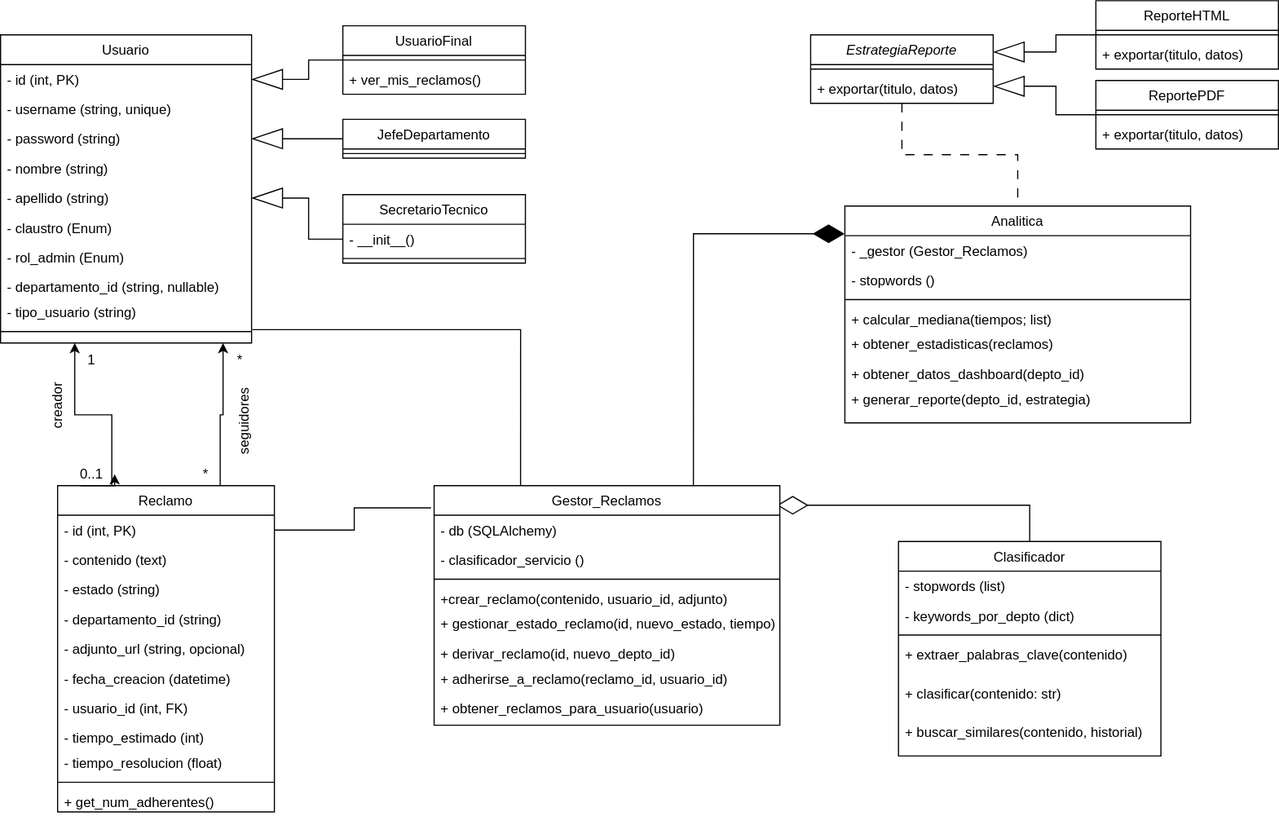
The draw.io diagram docs/UML_TP3.drawio.svg in DinoMondino/Programacion_Avanzada_Final, before a commit. Source tidied: cells renumbered, new cells last; positions are measured from the earlier drawing's top-left corner, leaving out a move shared by most shapes.
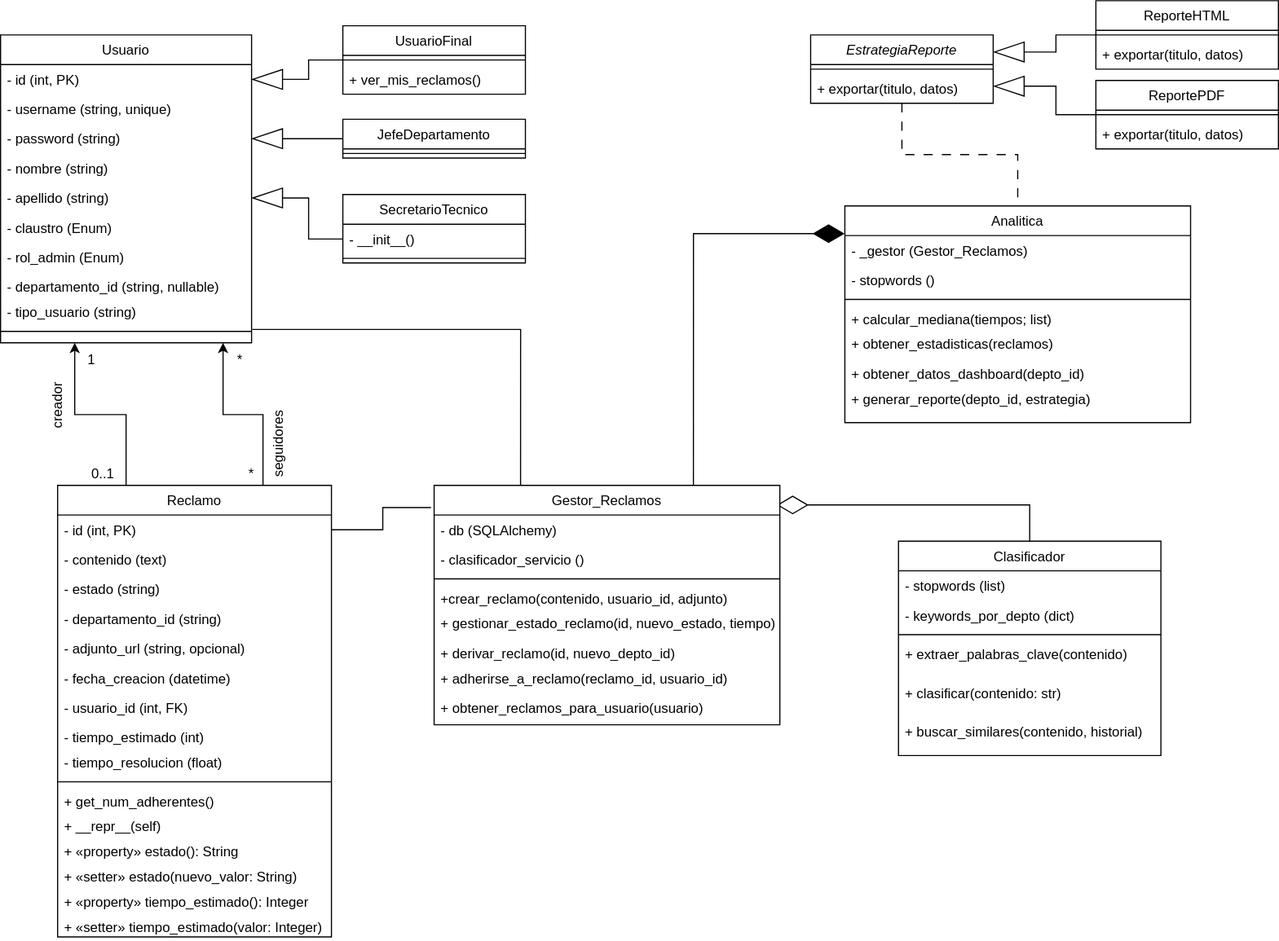
The same file after the commit.

Commit message:
uml property

Diff of the diagram source:
```diff
@@ -79,52 +79,67 @@
       </mxGeometry>
     </mxCell>
     <mxCell id="26" value="Reclamo" style="swimlane;fontStyle=0;align=center;verticalAlign=top;horizontal=1;startSize=26;rounded=0;shadow=0;strokeWidth=1;" parent="1" vertex="1">
-      <mxGeometry x="50" y="425" width="190" height="286" as="geometry" />
+      <mxGeometry x="50" y="425" width="240" height="396" as="geometry" />
     </mxCell>
     <mxCell id="27" value="- id (int, PK)" style="text;align=left;verticalAlign=top;spacingLeft=4;spacingRight=4;overflow=hidden;points=[[0,0.5],[1,0.5]];portConstraint=eastwest;" parent="26" vertex="1">
-      <mxGeometry y="26" width="190" height="26" as="geometry" />
+      <mxGeometry y="26" width="240" height="26" as="geometry" />
     </mxCell>
     <mxCell id="28" value="- contenido (text) " style="text;align=left;verticalAlign=top;spacingLeft=4;spacingRight=4;overflow=hidden;rounded=0;shadow=0;html=0;" parent="26" vertex="1">
-      <mxGeometry y="52" width="190" height="26" as="geometry" />
+      <mxGeometry y="52" width="240" height="26" as="geometry" />
     </mxCell>
     <mxCell id="29" value="- estado (string) " style="text;align=left;verticalAlign=top;spacingLeft=4;spacingRight=4;overflow=hidden;rounded=0;shadow=0;html=0;" parent="26" vertex="1">
-      <mxGeometry y="78" width="190" height="26" as="geometry" />
+      <mxGeometry y="78" width="240" height="26" as="geometry" />
     </mxCell>
     <mxCell id="30" value="- departamento_id (string) " style="text;align=left;verticalAlign=top;spacingLeft=4;spacingRight=4;overflow=hidden;rounded=0;shadow=0;html=0;" parent="26" vertex="1">
-      <mxGeometry y="104" width="190" height="26" as="geometry" />
+      <mxGeometry y="104" width="240" height="26" as="geometry" />
     </mxCell>
     <mxCell id="31" value="- adjunto_url (string, opcional)" style="text;align=left;verticalAlign=top;spacingLeft=4;spacingRight=4;overflow=hidden;rounded=0;shadow=0;html=0;" parent="26" vertex="1">
-      <mxGeometry y="130" width="190" height="26" as="geometry" />
+      <mxGeometry y="130" width="240" height="26" as="geometry" />
     </mxCell>
     <mxCell id="32" value="- fecha_creacion (datetime) " style="text;align=left;verticalAlign=top;spacingLeft=4;spacingRight=4;overflow=hidden;rounded=0;shadow=0;html=0;" parent="26" vertex="1">
-      <mxGeometry y="156" width="190" height="26" as="geometry" />
+      <mxGeometry y="156" width="240" height="26" as="geometry" />
     </mxCell>
     <mxCell id="33" value="- usuario_id (int, FK) " style="text;align=left;verticalAlign=top;spacingLeft=4;spacingRight=4;overflow=hidden;rounded=0;shadow=0;html=0;" parent="26" vertex="1">
-      <mxGeometry y="182" width="190" height="26" as="geometry" />
+      <mxGeometry y="182" width="240" height="26" as="geometry" />
     </mxCell>
     <mxCell id="34" value="- tiempo_estimado (int) " style="text;align=left;verticalAlign=top;spacingLeft=4;spacingRight=4;overflow=hidden;rounded=0;shadow=0;html=0;" parent="26" vertex="1">
-      <mxGeometry y="208" width="190" height="22" as="geometry" />
+      <mxGeometry y="208" width="240" height="22" as="geometry" />
     </mxCell>
     <mxCell id="35" value="- tiempo_resolucion (float)" style="text;align=left;verticalAlign=top;spacingLeft=4;spacingRight=4;overflow=hidden;rounded=0;shadow=0;html=0;" parent="26" vertex="1">
-      <mxGeometry y="230" width="190" height="26" as="geometry" />
+      <mxGeometry y="230" width="240" height="26" as="geometry" />
     </mxCell>
     <mxCell id="36" style="line;html=1;strokeWidth=1;align=left;verticalAlign=middle;spacingTop=-1;spacingLeft=3;spacingRight=3;labelPosition=right;" parent="26" vertex="1">
-      <mxGeometry y="256" width="190" height="8" as="geometry" />
+      <mxGeometry y="256" width="240" height="8" as="geometry" />
     </mxCell>
     <mxCell id="37" value="+ get_num_adherentes()" style="text;align=left;verticalAlign=top;spacingLeft=4;spacingRight=4;overflow=hidden;rounded=0;shadow=0;html=0;" parent="26" vertex="1">
-      <mxGeometry y="264" width="190" height="22" as="geometry" />
+      <mxGeometry y="264" width="240" height="22" as="geometry" />
     </mxCell>
+    <mxCell id="85" value="+ __repr__(self)" style="text;align=left;verticalAlign=top;spacingLeft=4;spacingRight=4;overflow=hidden;rounded=0;shadow=0;html=0;" parent="26" vertex="1">
+      <mxGeometry y="286" width="240" height="22" as="geometry" />
+    </mxCell>
+    <mxCell id="86" value="+ «property» estado(): String" style="text;align=left;verticalAlign=top;spacingLeft=4;spacingRight=4;overflow=hidden;rounded=0;shadow=0;html=0;" parent="26" vertex="1">
+      <mxGeometry y="308" width="240" height="22" as="geometry" />
+    </mxCell>
+    <mxCell id="87" value="+ «setter» estado(nuevo_valor: String)" style="text;align=left;verticalAlign=top;spacingLeft=4;spacingRight=4;overflow=hidden;rounded=0;shadow=0;html=0;" parent="26" vertex="1">
+      <mxGeometry y="330" width="240" height="22" as="geometry" />
+    </mxCell>
+    <mxCell id="88" value="+ «property» tiempo_estimado(): Integer" style="text;align=left;verticalAlign=top;spacingLeft=4;spacingRight=4;overflow=hidden;rounded=0;shadow=0;html=0;" parent="26" vertex="1">
+      <mxGeometry y="352" width="240" height="22" as="geometry" />
+    </mxCell>
+    <mxCell id="89" value="+ «setter» tiempo_estimado(valor: Integer)" style="text;align=left;verticalAlign=top;spacingLeft=4;spacingRight=4;overflow=hidden;rounded=0;shadow=0;html=0;" parent="26" vertex="1">
+      <mxGeometry y="374" width="240" height="22" as="geometry" />
+    </mxCell>
     <mxCell id="38" value="creador" style="text;html=1;whiteSpace=wrap;strokeColor=none;fillColor=none;align=center;verticalAlign=middle;rounded=0;rotation=-90;" parent="1" vertex="1">
       <mxGeometry x="20" y="340" width="60" height="30" as="geometry" />
     </mxCell>
     <mxCell id="39" value="seguidores" style="text;whiteSpace=wrap;html=1;rotation=-90;" parent="1" vertex="1">
-      <mxGeometry x="180" y="350" width="70" height="30" as="geometry" />
+      <mxGeometry x="210" y="370" width="70" height="30" as="geometry" />
     </mxCell>
     <mxCell id="40" value="*" style="text;html=1;whiteSpace=wrap;strokeColor=none;fillColor=none;align=center;verticalAlign=middle;rounded=0;" parent="1" vertex="1">
-      <mxGeometry x="150" y="400" width="60" height="30" as="geometry" />
+      <mxGeometry x="190" y="400" width="60" height="30" as="geometry" />
     </mxCell>
     <mxCell id="41" value="0..1" style="text;html=1;whiteSpace=wrap;strokeColor=none;fillColor=none;align=center;verticalAlign=middle;rounded=0;" parent="1" vertex="1">
-      <mxGeometry x="60" y="405" width="40" height="20" as="geometry" />
+      <mxGeometry x="70" y="405" width="40" height="20" as="geometry" />
     </mxCell>
     <mxCell id="42" value="1" style="text;html=1;whiteSpace=wrap;strokeColor=none;fillColor=none;align=center;verticalAlign=middle;rounded=0;" parent="1" vertex="1">
       <mxGeometry x="50" y="300" width="60" height="30" as="geometry" />
@@ -216,9 +231,6 @@
     <mxCell id="71" style="edgeStyle=orthogonalEdgeStyle;rounded=0;jettySize=auto;html=1;exitX=0.25;exitY=0;exitDx=0;exitDy=0;entryX=1.003;entryY=1.09;entryDx=0;entryDy=0;entryPerimeter=0;endArrow=none;endFill=0;" parent="1" edge="1" source="53" target="11">
       <mxGeometry relative="1" as="geometry" />
     </mxCell>
-    <mxCell id="72" style="edgeStyle=orthogonalEdgeStyle;rounded=0;orthogonalLoop=1;jettySize=auto;html=1;exitX=0.25;exitY=1;exitDx=0;exitDy=0;entryX=1;entryY=0.5;entryDx=0;entryDy=0;" parent="1" edge="1" source="41" target="41">
-      <mxGeometry relative="1" as="geometry" />
-    </mxCell>
     <mxCell id="73" style="edgeStyle=orthogonalEdgeStyle;rounded=0;jettySize=auto;html=1;entryX=0.5;entryY=0;entryDx=0;entryDy=0;endArrow=none;endFill=0;dashed=1;dashPattern=8 8;" parent="1" edge="1" source="74" target="62">
       <mxGeometry relative="1" as="geometry" />
     </mxCell>
```
